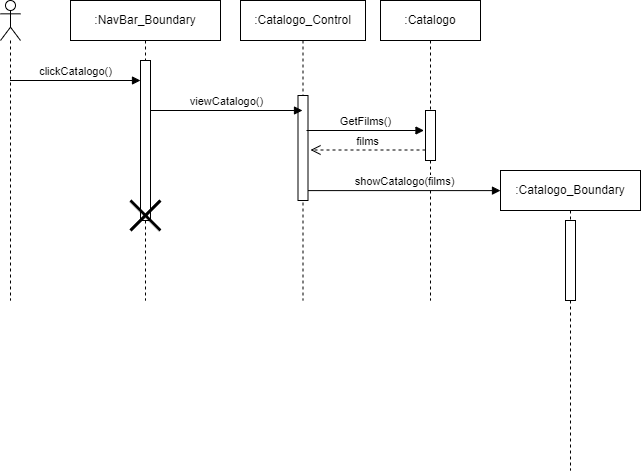
Earlier version of the draw.io export New Diagrams/Sequence Diagrams/UC01 Visualizzazione Catalogo Film.png (superfra01/Rated). Source tidied: cells renumbered, new cells last; positions are measured from the earlier drawing's top-left corner, leaving out a move shared by most shapes. Source of this version:
```xml
<mxGraphModel>
  <root>
    <mxCell id="0" />
    <mxCell id="1" parent="0" />
    <mxCell id="2" value=":Catalogo_Control" style="shape=umlLifeline;perimeter=lifelinePerimeter;whiteSpace=wrap;html=1;newEdgeStyle={&quot;curved&quot;:0,&quot;rounded&quot;:0};" parent="1" vertex="1">
      <mxGeometry x="240" width="125" height="300" as="geometry" />
    </mxCell>
    <mxCell id="3" style="html=1;points=[[0,0,0,0,5],[0,1,0,0,-5],[1,0,0,0,5],[1,1,0,0,-5]];perimeter=orthogonalPerimeter;outlineConnect=0;targetShapes=umlLifeline;portConstraint=eastwest;newEdgeStyle={&quot;curved&quot;:0,&quot;rounded&quot;:0};" parent="2" vertex="1">
      <mxGeometry x="57.5" y="95" width="10" height="105" as="geometry" />
    </mxCell>
    <mxCell id="4" value=":Catalogo" style="shape=umlLifeline;perimeter=lifelinePerimeter;whiteSpace=wrap;html=1;newEdgeStyle={&quot;curved&quot;:0,&quot;rounded&quot;:0};" parent="1" vertex="1">
      <mxGeometry x="380" width="100" height="300" as="geometry" />
    </mxCell>
    <mxCell id="5" style="html=1;points=[[0,0,0,0,5],[0,1,0,0,-5],[1,0,0,0,5],[1,1,0,0,-5]];perimeter=orthogonalPerimeter;outlineConnect=0;targetShapes=umlLifeline;portConstraint=eastwest;newEdgeStyle={&quot;curved&quot;:0,&quot;rounded&quot;:0};" parent="4" vertex="1">
      <mxGeometry x="45" y="110" width="10" height="50" as="geometry" />
    </mxCell>
    <mxCell id="6" value=":NavBar_Boundary" style="shape=umlLifeline;perimeter=lifelinePerimeter;whiteSpace=wrap;html=1;newEdgeStyle={&quot;curved&quot;:0,&quot;rounded&quot;:0};" parent="1" vertex="1">
      <mxGeometry x="70" width="150" height="300" as="geometry" />
    </mxCell>
    <mxCell id="7" style="html=1;perimeter=orthogonalPerimeter;targetShapes=umlLifeline;newEdgeStyle={&quot;curved&quot;:0,&quot;rounded&quot;:0};" parent="6" vertex="1">
      <mxGeometry x="70" y="60" width="10" height="160" as="geometry" />
    </mxCell>
    <mxCell id="8" style="shape=umlDestroy;whiteSpace=wrap;html=1;strokeWidth=3;targetShapes=umlLifeline;" parent="6" vertex="1">
      <mxGeometry x="60" y="200" width="30" height="30" as="geometry" />
    </mxCell>
    <mxCell id="9" value="films" style="html=1;verticalAlign=bottom;endArrow=open;dashed=1;endSize=8;curved=0;rounded=0;" parent="1" edge="1" source="5">
      <mxGeometry relative="1" as="geometry">
        <mxPoint x="310" y="149.5" as="targetPoint" />
      </mxGeometry>
    </mxCell>
    <mxCell id="10" value=":Catalogo_Boundary" style="shape=umlLifeline;perimeter=lifelinePerimeter;whiteSpace=wrap;html=1;outlineConnect=0;portConstraint=eastwest;newEdgeStyle={&quot;curved&quot;:0,&quot;rounded&quot;:0};" parent="1" vertex="1">
      <mxGeometry x="500" y="170" width="140" height="300" as="geometry" />
    </mxCell>
    <mxCell id="11" style="html=1;perimeter=orthogonalPerimeter;targetShapes=umlLifeline;newEdgeStyle={&quot;curved&quot;:0,&quot;rounded&quot;:0};" parent="10" vertex="1">
      <mxGeometry x="65" y="50" width="10" height="80" as="geometry" />
    </mxCell>
    <mxCell id="12" value="showCatalogo(films)" style="html=1;verticalAlign=bottom;endArrow=block;curved=0;rounded=0;entryX=0;entryY=0.067;entryDx=0;entryDy=0;entryPerimeter=0;" parent="1" edge="1" source="3" target="10">
      <mxGeometry relative="1" as="geometry" />
    </mxCell>
    <mxCell id="13" value="GetFilms()" style="html=1;verticalAlign=bottom;endArrow=block;curved=0;rounded=0;" parent="1" edge="1">
      <mxGeometry relative="1" as="geometry">
        <mxPoint x="306" y="130" as="sourcePoint" />
        <mxPoint x="423.5" y="130" as="targetPoint" />
      </mxGeometry>
    </mxCell>
    <mxCell id="14" value="viewCatalogo()" style="html=1;verticalAlign=bottom;endArrow=block;curved=0;rounded=0;" parent="1" edge="1">
      <mxGeometry relative="1" as="geometry">
        <mxPoint x="150" y="110" as="sourcePoint" />
        <mxPoint x="302" y="110" as="targetPoint" />
      </mxGeometry>
    </mxCell>
    <mxCell id="15" value="clickCatalogo()" style="html=1;verticalAlign=bottom;endArrow=block;curved=0;rounded=0;" parent="1" edge="1">
      <mxGeometry relative="1" as="geometry">
        <mxPoint x="9.5" y="80" as="sourcePoint" />
        <mxPoint x="140" y="80" as="targetPoint" />
      </mxGeometry>
    </mxCell>
    <mxCell id="16" style="shape=umlLifeline;perimeter=lifelinePerimeter;whiteSpace=wrap;html=1;newEdgeStyle={&quot;curved&quot;:0,&quot;rounded&quot;:0};participant=umlActor;" parent="1" vertex="1">
      <mxGeometry width="20" height="300" as="geometry" />
    </mxCell>
  </root>
</mxGraphModel>
```
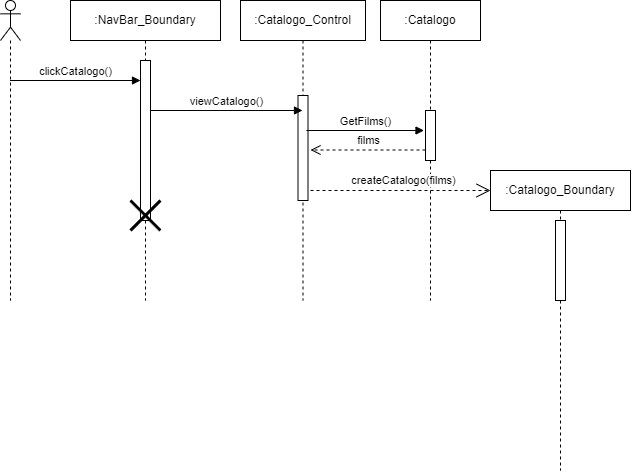
Above is the later version.

Change to the diagram source:
```diff
@@ -29,14 +29,11 @@
       </mxGeometry>
     </mxCell>
     <mxCell id="10" value=":Catalogo_Boundary" style="shape=umlLifeline;perimeter=lifelinePerimeter;whiteSpace=wrap;html=1;outlineConnect=0;portConstraint=eastwest;newEdgeStyle={&quot;curved&quot;:0,&quot;rounded&quot;:0};" parent="1" vertex="1">
-      <mxGeometry x="500" y="170" width="140" height="300" as="geometry" />
+      <mxGeometry x="490" y="170" width="140" height="300" as="geometry" />
     </mxCell>
     <mxCell id="11" style="html=1;perimeter=orthogonalPerimeter;targetShapes=umlLifeline;newEdgeStyle={&quot;curved&quot;:0,&quot;rounded&quot;:0};" parent="10" vertex="1">
       <mxGeometry x="65" y="50" width="10" height="80" as="geometry" />
     </mxCell>
-    <mxCell id="12" value="showCatalogo(films)" style="html=1;verticalAlign=bottom;endArrow=block;curved=0;rounded=0;entryX=0;entryY=0.067;entryDx=0;entryDy=0;entryPerimeter=0;" parent="1" edge="1" source="3" target="10">
-      <mxGeometry relative="1" as="geometry" />
-    </mxCell>
     <mxCell id="13" value="GetFilms()" style="html=1;verticalAlign=bottom;endArrow=block;curved=0;rounded=0;" parent="1" edge="1">
       <mxGeometry relative="1" as="geometry">
         <mxPoint x="306" y="130" as="sourcePoint" />
@@ -58,5 +55,11 @@
     <mxCell id="16" style="shape=umlLifeline;perimeter=lifelinePerimeter;whiteSpace=wrap;html=1;newEdgeStyle={&quot;curved&quot;:0,&quot;rounded&quot;:0};participant=umlActor;" parent="1" vertex="1">
       <mxGeometry width="20" height="300" as="geometry" />
     </mxCell>
+    <mxCell id="17" value="createCatalogo(films)" style="endArrow=open;endSize=12;dashed=1;html=1;rounded=0;" parent="1" edge="1">
+      <mxGeometry x="0.03" y="10" relative="1" as="geometry">
+        <mxPoint x="310" y="190" as="sourcePoint" />
+        <mxPoint x="490" y="190" as="targetPoint" />
+      </mxGeometry>
+    </mxCell>
   </root>
 </mxGraphModel>
```
